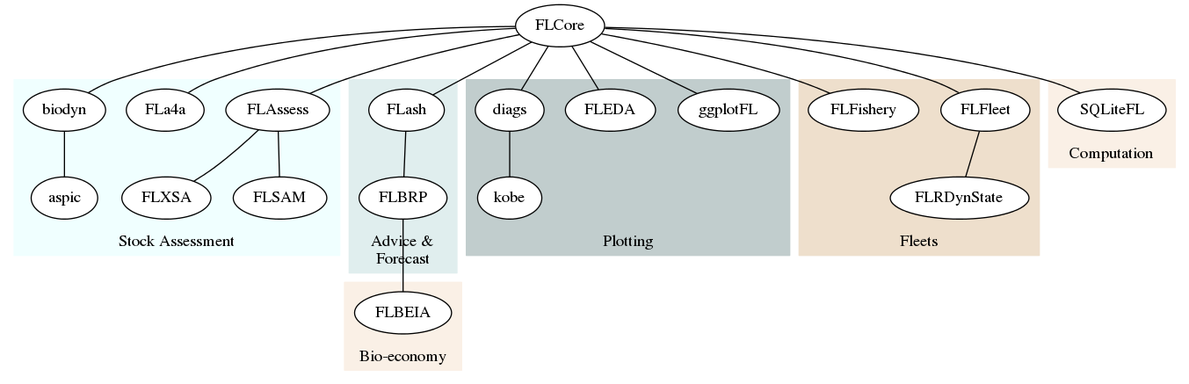
Before: assets/diagrams/flrpkgs.png, a diagram exported from Graphviz (flr/flr.github.io). Its source is kept beside it as assets/diagrams/flrpkgs/flrpkgs.gv.
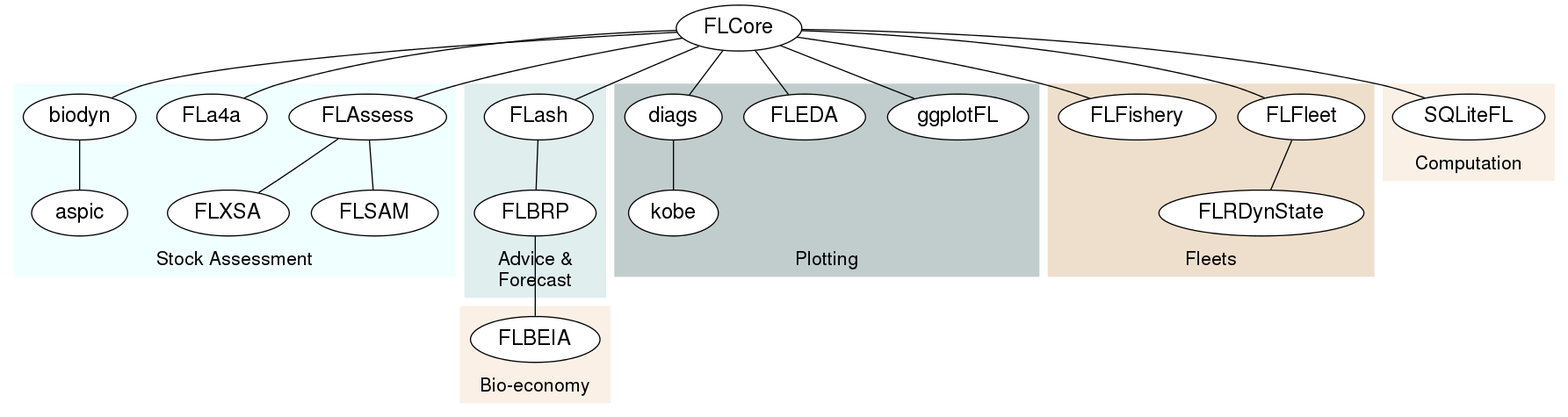
The same file after the commit.

Commit message:
Testing wider text area

What changed in the source:
```diff
@@ -1,43 +1,45 @@
 graph G {
 
-graph [style="filled", color=azure1, fillcolor=azure1, labelloc="b"];
+graph [style="filled", color=azure1, fillcolor=azure1, labelloc="b",
+	fontsize=16, fontname="helvetica"];
 
-node [style=filled,color=black,fillcolor=white];
+node [style=filled, color=black, fillcolor=white, fontsize=18,
+	fontname="helvetica"];
 
-	subgraph cluster_0 {
-        "FLAssess" "FLXSA" "FLSAM" "FLa4a" "biodyn" "aspic";
-        label = "Stock Assessment";
-  }
-	subgraph cluster_1 {
-        "FLash" "FLBRP" "FLSAM";
-        label = "Advice &\nForecast";
-				color=azure2;
-				fillcolor=azure2;
-  }
-	subgraph cluster_2 {
-        "ggplotFL" "FLEDA" "diags" "kobe";
-        label = "Plotting";
-				color=azure3;
-				fillcolor=azure3;
-  }
-	subgraph cluster_3 {
-        "FLFleet" "FLRDynState" "FLFishery";
-        label = "Fleets";
-				color=antiquewhite2;
-				fillcolor=antiquewhite2;
-  }
-	subgraph cluster_4 {
-        "SQLiteFL";
-        label = "Computation";
-				color=linen;
-				fillcolor=linen;
-  }
-	subgraph cluster_5 {
-        "FLBEIA";
-        label = "Bio-economy";
-				color=linen;
-				fillcolor=linen;
-  }
+subgraph cluster_0 {
+	"FLAssess" "FLXSA" "FLSAM" "FLa4a" "biodyn" "aspic";
+  label = "Stock Assessment";
+}
+subgraph cluster_1 {
+	"FLash" "FLBRP" "FLSAM";
+  label = "Advice &\nForecast";
+	color=azure2;
+	fillcolor=azure2;
+}
+subgraph cluster_2 {
+  "ggplotFL" "FLEDA" "diags" "kobe";
+  label = "Plotting";
+	color=azure3;
+	fillcolor=azure3;
+}
+subgraph cluster_3 {
+  "FLFleet" "FLRDynState" "FLFishery";
+  label = "Fleets";
+	color=antiquewhite2;
+	fillcolor=antiquewhite2;
+ }
+subgraph cluster_4 {
+  "SQLiteFL";
+  label = "Computation";
+	color=linen;
+	fillcolor=linen;
+ }
+subgraph cluster_5 {
+  "FLBEIA";
+  label = "Bio-economy";
+	color=linen;
+	fillcolor=linen;
+}
 
 
 	FLCore -- FLAssess;
```
